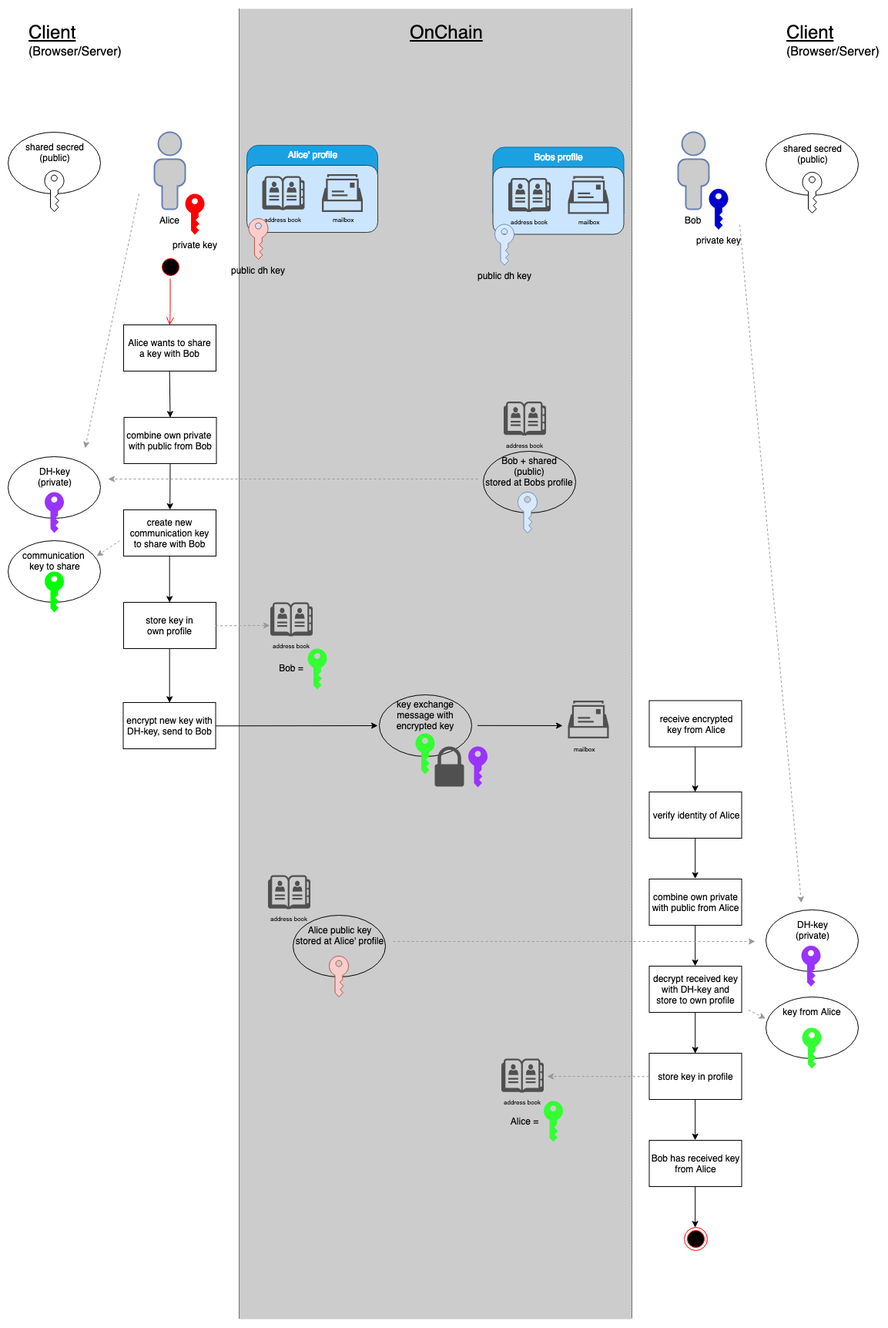
Above: public/key_exchange.png in evannetwork/evannetwork.github.io (draw.io), before the change. Source tidied: cells renumbered, new cells last; positions are measured from the earlier drawing's top-left corner, leaving out a move shared by most shapes.
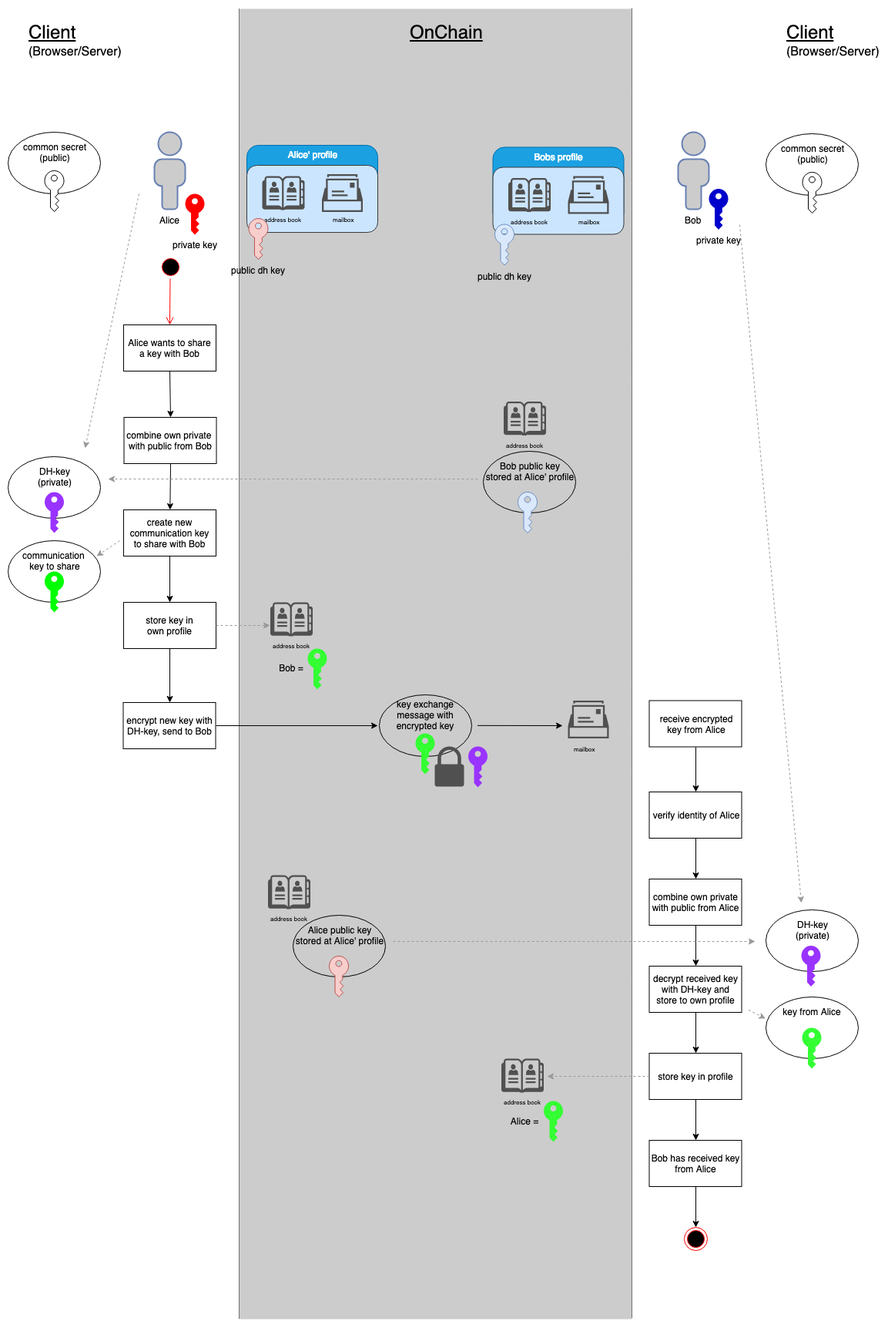
The same file after the commit.

Commit message:
update key exchange illustration

What changed in the source:
```diff
@@ -23,7 +23,7 @@
     <mxCell id="8" value="Alice public key&lt;br&gt;stored at Alice' profile&lt;br&gt;&lt;br&gt;&lt;br&gt;" style="ellipse;whiteSpace=wrap;html=1;fillColor=none;" parent="1" vertex="1">
       <mxGeometry x="370" y="1175.5" width="120" height="80" as="geometry" />
     </mxCell>
-    <mxCell id="9" value="Bob + shared&lt;br&gt;(public)&lt;br&gt;stored at Bobs profile&lt;br&gt;&lt;br&gt;&lt;br&gt;" style="ellipse;whiteSpace=wrap;html=1;fillColor=none;" parent="1" vertex="1">
+    <mxCell id="9" value="Bob public key&lt;br&gt;stored at Alice' profile&lt;br&gt;&lt;br&gt;&lt;br&gt;" style="ellipse;whiteSpace=wrap;html=1;fillColor=none;" parent="1" vertex="1">
       <mxGeometry x="617" y="573.5" width="120" height="80" as="geometry" />
     </mxCell>
     <mxCell id="10" style="shadow=0;dashed=0;html=1;strokeColor=none;labelPosition=center;verticalLabelPosition=bottom;verticalAlign=top;align=center;shape=mxgraph.office.security.key_permissions;fillColor=#00FF00;" parent="1" vertex="1">
@@ -141,13 +141,13 @@
         <mxPoint x="1030" y="1160" as="targetPoint" />
       </mxGeometry>
     </mxCell>
-    <mxCell id="40" value="shared secred&lt;br&gt;(public)&lt;br&gt;&lt;br&gt;&lt;br&gt;" style="ellipse;whiteSpace=wrap;html=1;" parent="1" vertex="1">
+    <mxCell id="40" value="common secret&lt;br&gt;(public)&lt;br&gt;&lt;br&gt;&lt;br&gt;" style="ellipse;whiteSpace=wrap;html=1;" parent="1" vertex="1">
       <mxGeometry y="160" width="120" height="80" as="geometry" />
     </mxCell>
     <mxCell id="41" style="shadow=0;dashed=0;html=1;strokeColor=#000000;labelPosition=center;verticalLabelPosition=bottom;verticalAlign=top;align=center;shape=mxgraph.office.security.key_permissions;fillColor=#ffffff;" parent="1" vertex="1">
       <mxGeometry x="47.5" y="210" width="25" height="53" as="geometry" />
     </mxCell>
-    <mxCell id="42" value="shared secred&lt;br&gt;(public)&lt;br&gt;&lt;br&gt;&lt;br&gt;" style="ellipse;whiteSpace=wrap;html=1;" parent="1" vertex="1">
+    <mxCell id="42" value="common secret&lt;br&gt;(public)&lt;br&gt;&lt;br&gt;&lt;br&gt;" style="ellipse;whiteSpace=wrap;html=1;" parent="1" vertex="1">
       <mxGeometry x="984" y="162" width="120" height="80" as="geometry" />
     </mxCell>
     <mxCell id="43" style="shadow=0;dashed=0;html=1;strokeColor=#000000;labelPosition=center;verticalLabelPosition=bottom;verticalAlign=top;align=center;shape=mxgraph.office.security.key_permissions;fillColor=#ffffff;" parent="1" vertex="1">
```
